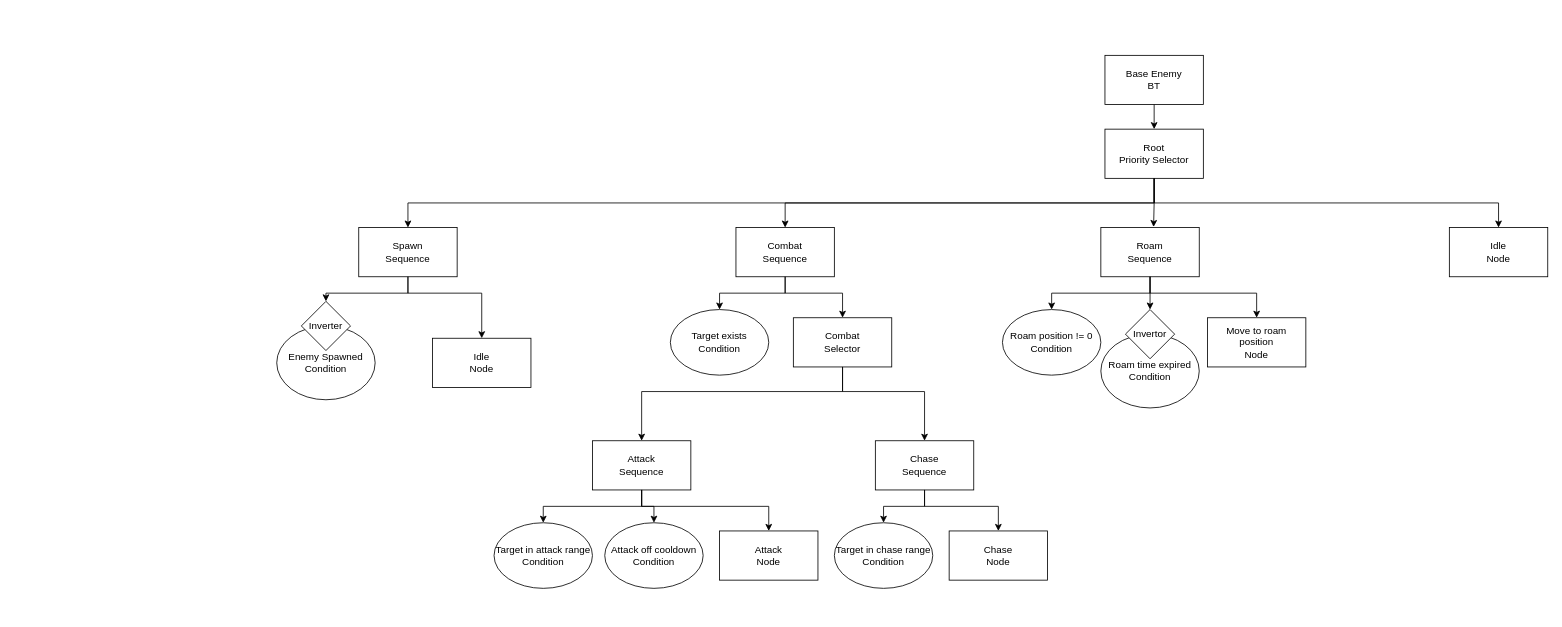
This is Assets/XML BTs/Base Enemy BT.drawio from Youregonex/Procedural-Chunk-Generation, a draw.io file, before an edit. Source tidied: cells renumbered, new cells numbered last; positions are measured from the earlier drawing's top-left corner, leaving out a move shared by most shapes. Both pictures are drawn from the tidied source at 82%, with x=0, y=0 at pixel (276, 55).
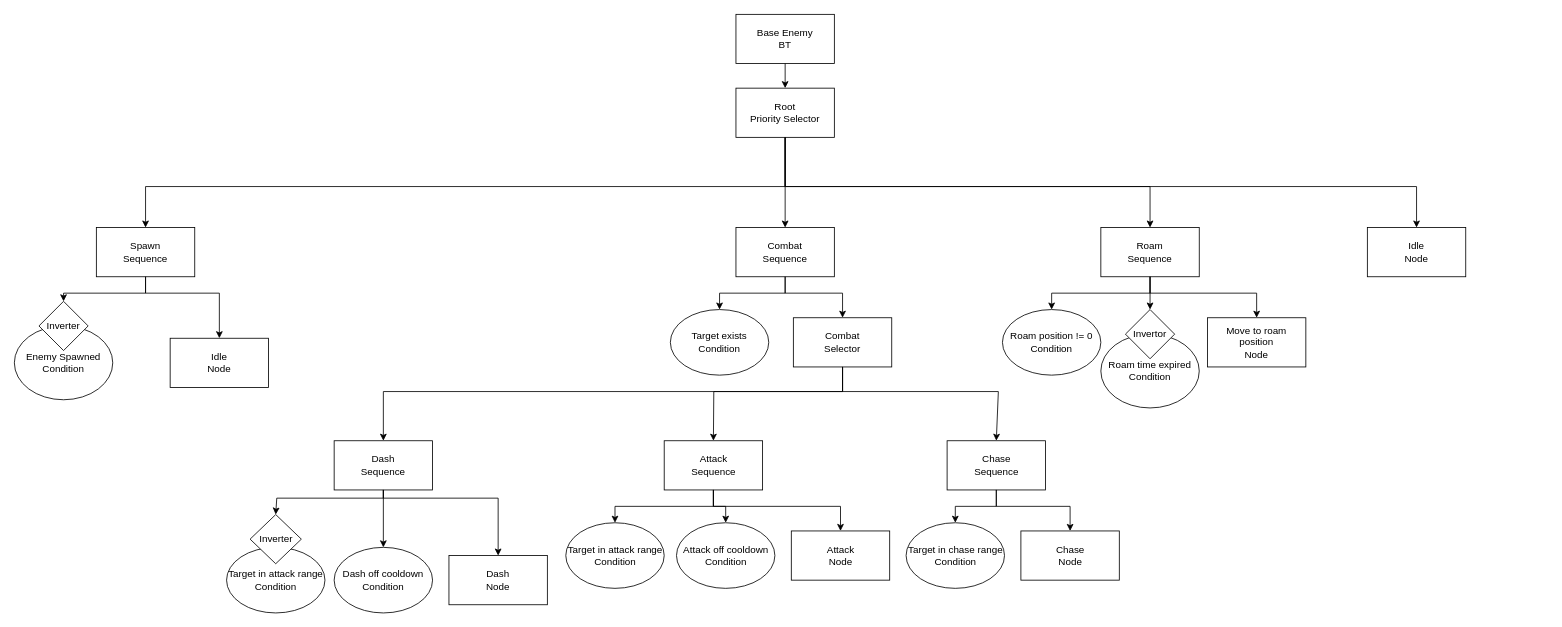
The same page after the edit.

Unchanged cells that the change refers to:
```xml
<mxCell id="3" value="Roam&lt;div&gt;Sequence&lt;/div&gt;" style="rounded=0;whiteSpace=wrap;html=1;" parent="1" vertex="1">
  <mxGeometry x="1005" y="210" width="120" height="60" as="geometry" />
</mxCell>
<mxCell id="15" value="Combat&lt;div&gt;Selector&lt;/div&gt;" style="rounded=0;whiteSpace=wrap;html=1;" parent="1" vertex="1">
  <mxGeometry x="630" y="320" width="120" height="60" as="geometry" />
</mxCell>
<mxCell id="28" value="Combat&lt;div&gt;Sequence&lt;/div&gt;" style="rounded=0;whiteSpace=wrap;html=1;" parent="1" vertex="1">
  <mxGeometry x="560" y="210" width="120" height="60" as="geometry" />
</mxCell>
```

What changed in the source:
```diff
@@
     <mxCell id="2" value="Root&lt;div&gt;Priority Selector&lt;/div&gt;" style="rounded=0;whiteSpace=wrap;html=1;" parent="1" vertex="1">
-      <mxGeometry x="1010" y="90" width="120" height="60" as="geometry" />
+      <mxGeometry x="560" y="40" width="120" height="60" as="geometry" />
     </mxCell>
@@
     <mxCell id="8" value="Base Enemy&lt;div&gt;BT&lt;/div&gt;" style="rounded=0;whiteSpace=wrap;html=1;" parent="1" vertex="1">
-      <mxGeometry x="1010" width="120" height="60" as="geometry" />
+      <mxGeometry x="560" y="-50" width="120" height="60" as="geometry" />
     </mxCell>
@@
     <mxCell id="10" value="&lt;div&gt;Idle&lt;/div&gt;&lt;div&gt;Node&lt;/div&gt;" style="rounded=0;whiteSpace=wrap;html=1;" parent="1" vertex="1">
-      <mxGeometry x="1430" y="210" width="120" height="60" as="geometry" />
+      <mxGeometry x="1330" y="210" width="120" height="60" as="geometry" />
     </mxCell>
-    <mxCell id="11" style="endArrow=classic;html=1;rounded=0;entryX=0.5;entryY=0;entryDx=0;entryDy=0;" parent="1" edge="1" target="10">
-      <mxGeometry relative="1" as="geometry">
-        <mxPoint x="1070" y="150" as="sourcePoint" />
-        <Array as="points">
-          <mxPoint x="1070" y="180" />
-          <mxPoint x="1490" y="180" />
-        </Array>
-      </mxGeometry>
-    </mxCell>
@@
     <mxCell id="16" value="Attack&lt;div&gt;Sequence&lt;/div&gt;" style="rounded=0;whiteSpace=wrap;html=1;" parent="1" vertex="1">
-      <mxGeometry x="385" y="470" width="120" height="60" as="geometry" />
+      <mxGeometry x="472.5" y="470" width="120" height="60" as="geometry" />
     </mxCell>
     <mxCell id="17" value="Target in attack range&lt;div&gt;Condition&lt;/div&gt;" style="ellipse;whiteSpace=wrap;html=1;" parent="1" vertex="1">
-      <mxGeometry x="265" y="570" width="120" height="80" as="geometry" />
+      <mxGeometry x="352.5" y="570" width="120" height="80" as="geometry" />
     </mxCell>
     <mxCell id="18" style="endArrow=classic;html=1;rounded=0;entryX=0.5;entryY=0;entryDx=0;entryDy=0;exitX=0.5;exitY=1;exitDx=0;exitDy=0;" parent="1" edge="1" source="16" target="17">
       <mxGeometry relative="1" as="geometry">
         <Array as="points">
-          <mxPoint x="445" y="550" />
-          <mxPoint x="325" y="550" />
+          <mxPoint x="532.5" y="550" />
+          <mxPoint x="412.5" y="550" />
         </Array>
       </mxGeometry>
     </mxCell>
     <mxCell id="19" value="Attack off cooldown&lt;div&gt;Condition&lt;/div&gt;" style="ellipse;whiteSpace=wrap;html=1;" parent="1" vertex="1">
-      <mxGeometry x="400" y="570" width="120" height="80" as="geometry" />
+      <mxGeometry x="487.5" y="570" width="120" height="80" as="geometry" />
     </mxCell>
     <mxCell id="20" style="endArrow=classic;html=1;rounded=0;entryX=0.5;entryY=0;entryDx=0;entryDy=0;" parent="1" edge="1" target="19">
       <mxGeometry relative="1" as="geometry">
-        <mxPoint x="445" y="530" as="sourcePoint" />
+        <mxPoint x="532.5" y="530" as="sourcePoint" />
         <Array as="points">
-          <mxPoint x="445" y="550" />
-          <mxPoint x="460" y="550" />
+          <mxPoint x="532.5" y="550" />
+          <mxPoint x="547.5" y="550" />
         </Array>
       </mxGeometry>
     </mxCell>
     <mxCell id="21" value="Attack&lt;div&gt;Node&lt;/div&gt;" style="rounded=0;whiteSpace=wrap;html=1;" parent="1" vertex="1">
-      <mxGeometry x="540" y="580" width="120" height="60" as="geometry" />
+      <mxGeometry x="627.5" y="580" width="120" height="60" as="geometry" />
     </mxCell>
     <mxCell id="22" style="endArrow=classic;html=1;rounded=0;exitX=0.5;exitY=1;exitDx=0;exitDy=0;entryX=0.5;entryY=0;entryDx=0;entryDy=0;" parent="1" edge="1" source="16" target="21">
       <mxGeometry relative="1" as="geometry">
         <Array as="points">
-          <mxPoint x="445" y="550" />
-          <mxPoint x="600" y="550" />
+          <mxPoint x="532.5" y="550" />
+          <mxPoint x="687.5" y="550" />
         </Array>
       </mxGeometry>
     </mxCell>
     <mxCell id="23" value="Chase&lt;div&gt;Sequence&lt;/div&gt;" style="rounded=0;whiteSpace=wrap;html=1;" parent="1" vertex="1">
-      <mxGeometry x="730" y="470" width="120" height="60" as="geometry" />
+      <mxGeometry x="817.5" y="470" width="120" height="60" as="geometry" />
     </mxCell>
     <mxCell id="24" value="Target in chase range&lt;div&gt;Condition&lt;/div&gt;" style="ellipse;whiteSpace=wrap;html=1;" parent="1" vertex="1">
-      <mxGeometry x="680" y="570" width="120" height="80" as="geometry" />
+      <mxGeometry x="767.5" y="570" width="120" height="80" as="geometry" />
     </mxCell>
     <mxCell id="25" value="Chase&lt;div&gt;Node&lt;/div&gt;" style="rounded=0;whiteSpace=wrap;html=1;" parent="1" vertex="1">
-      <mxGeometry x="820" y="580" width="120" height="60" as="geometry" />
+      <mxGeometry x="907.5" y="580" width="120" height="60" as="geometry" />
     </mxCell>
     <mxCell id="26" style="endArrow=classic;html=1;rounded=0;exitX=0.5;exitY=1;exitDx=0;exitDy=0;entryX=0.5;entryY=0;entryDx=0;entryDy=0;" parent="1" edge="1" source="23" target="24">
       <mxGeometry relative="1" as="geometry">
         <Array as="points">
-          <mxPoint x="790" y="550" />
-          <mxPoint x="740" y="550" />
+          <mxPoint x="877.5" y="550" />
+          <mxPoint x="827.5" y="550" />
         </Array>
       </mxGeometry>
     </mxCell>
     <mxCell id="27" style="endArrow=classic;html=1;rounded=0;exitX=0.5;exitY=1;exitDx=0;exitDy=0;entryX=0.5;entryY=0;entryDx=0;entryDy=0;" parent="1" edge="1" source="23" target="25">
       <mxGeometry relative="1" as="geometry">
         <Array as="points">
-          <mxPoint x="790" y="550" />
-          <mxPoint x="880" y="550" />
+          <mxPoint x="877.5" y="550" />
+          <mxPoint x="967.5" y="550" />
         </Array>
       </mxGeometry>
     </mxCell>
@@
     <mxCell id="32" style="endArrow=classic;html=1;rounded=0;exitX=0.5;exitY=1;exitDx=0;exitDy=0;entryX=0.5;entryY=0;entryDx=0;entryDy=0;" parent="1" edge="1" source="15" target="16">
       <mxGeometry relative="1" as="geometry">
         <Array as="points">
           <mxPoint x="690" y="410" />
-          <mxPoint x="445" y="410" />
+          <mxPoint x="533" y="410" />
         </Array>
       </mxGeometry>
     </mxCell>
     <mxCell id="33" style="endArrow=classic;html=1;rounded=0;exitX=0.5;exitY=1;exitDx=0;exitDy=0;entryX=0.5;entryY=0;entryDx=0;entryDy=0;" parent="1" edge="1" source="15" target="23">
       <mxGeometry relative="1" as="geometry">
         <Array as="points">
           <mxPoint x="690" y="410" />
-          <mxPoint x="790" y="410" />
+          <mxPoint x="880" y="410" />
         </Array>
       </mxGeometry>
     </mxCell>
-    <mxCell id="34" style="endArrow=classic;html=1;rounded=0;exitX=0.5;exitY=1;exitDx=0;exitDy=0;entryX=0.5;entryY=0;entryDx=0;entryDy=0;" parent="1" edge="1" source="2" target="28">
-      <mxGeometry relative="1" as="geometry">
-        <Array as="points">
-          <mxPoint x="1070" y="180" />
-          <mxPoint x="620" y="180" />
-        </Array>
-      </mxGeometry>
-    </mxCell>
-    <mxCell id="35" style="endArrow=classic;html=1;rounded=0;exitX=0.5;exitY=1;exitDx=0;exitDy=0;entryX=0.536;entryY=-0.012;entryDx=0;entryDy=0;entryPerimeter=0;" parent="1" edge="1" source="2" target="3">
-      <mxGeometry relative="1" as="geometry">
-        <Array as="points">
-          <mxPoint x="1070" y="180" />
-        </Array>
-      </mxGeometry>
-    </mxCell>
     <mxCell id="36" value="Spawn&lt;div&gt;Sequence&lt;/div&gt;" style="rounded=0;whiteSpace=wrap;html=1;" parent="1" vertex="1">
-      <mxGeometry x="100" y="210" width="120" height="60" as="geometry" />
+      <mxGeometry x="-220" y="210" width="120" height="60" as="geometry" />
     </mxCell>
     <mxCell id="37" value="&lt;div&gt;&lt;span style=&quot;background-color: initial;&quot;&gt;Enemy Spawned&lt;/span&gt;&lt;/div&gt;&lt;div&gt;&lt;span style=&quot;background-color: initial;&quot;&gt;Condition&lt;/span&gt;&lt;br&gt;&lt;/div&gt;" style="ellipse;whiteSpace=wrap;html=1;" parent="1" vertex="1">
-      <mxGeometry y="330" width="120" height="90" as="geometry" />
+      <mxGeometry x="-320" y="330" width="120" height="90" as="geometry" />
     </mxCell>
     <mxCell id="38" value="Inverter" style="rhombus;whiteSpace=wrap;html=1;" parent="1" vertex="1">
-      <mxGeometry x="30" y="300" width="60" height="60" as="geometry" />
+      <mxGeometry x="-290" y="300" width="60" height="60" as="geometry" />
     </mxCell>
     <mxCell id="39" value="&lt;div&gt;Idle&lt;/div&gt;&lt;div&gt;Node&lt;/div&gt;" style="rounded=0;whiteSpace=wrap;html=1;" parent="1" vertex="1">
-      <mxGeometry x="190" y="345" width="120" height="60" as="geometry" />
+      <mxGeometry x="-130" y="345" width="120" height="60" as="geometry" />
     </mxCell>
     <mxCell id="40" style="endArrow=classic;html=1;rounded=0;exitX=0.5;exitY=1;exitDx=0;exitDy=0;entryX=0.5;entryY=0;entryDx=0;entryDy=0;" parent="1" edge="1" source="36" target="38">
       <mxGeometry relative="1" as="geometry">
         <Array as="points">
-          <mxPoint x="160" y="290" />
-          <mxPoint x="60" y="290" />
+          <mxPoint x="-160" y="290" />
+          <mxPoint x="-260" y="290" />
         </Array>
       </mxGeometry>
     </mxCell>
     <mxCell id="41" style="endArrow=classic;html=1;rounded=0;exitX=0.5;exitY=1;exitDx=0;exitDy=0;entryX=0.5;entryY=0;entryDx=0;entryDy=0;" parent="1" edge="1" source="36" target="39">
       <mxGeometry relative="1" as="geometry">
         <Array as="points">
-          <mxPoint x="160" y="290" />
-          <mxPoint x="250" y="290" />
+          <mxPoint x="-160" y="290" />
+          <mxPoint x="-70" y="290" />
         </Array>
       </mxGeometry>
     </mxCell>
+    <mxCell id="43" value="Dash&lt;div&gt;Sequence&lt;/div&gt;" style="rounded=0;whiteSpace=wrap;html=1;" parent="1" vertex="1">
+      <mxGeometry x="70" y="470" width="120" height="60" as="geometry" />
+    </mxCell>
+    <mxCell id="44" value="Target in attack range&lt;div&gt;Condition&lt;/div&gt;" style="ellipse;whiteSpace=wrap;html=1;" parent="1" vertex="1">
+      <mxGeometry x="-61.2" y="600" width="120" height="80" as="geometry" />
+    </mxCell>
+    <mxCell id="45" value="Inverter" style="rhombus;whiteSpace=wrap;html=1;" parent="1" vertex="1">
+      <mxGeometry x="-32.5" y="560" width="62.5" height="60" as="geometry" />
+    </mxCell>
+    <mxCell id="46" value="Dash&lt;div&gt;Node&lt;/div&gt;" style="rounded=0;whiteSpace=wrap;html=1;" parent="1" vertex="1">
+      <mxGeometry x="210" y="610" width="120" height="60" as="geometry" />
+    </mxCell>
+    <mxCell id="47" value="&lt;div&gt;Dash off cooldown&lt;/div&gt;&lt;div&gt;Condition&lt;/div&gt;" style="ellipse;whiteSpace=wrap;html=1;" parent="1" vertex="1">
+      <mxGeometry x="70" y="600" width="120" height="80" as="geometry" />
+    </mxCell>
+    <mxCell id="48" style="endArrow=classic;html=1;rounded=0;exitX=0.5;exitY=1;exitDx=0;exitDy=0;entryX=0.5;entryY=0;entryDx=0;entryDy=0;" parent="1" edge="1" source="43" target="45">
+      <mxGeometry relative="1" as="geometry">
+        <Array as="points">
+          <mxPoint x="130" y="540" />
+          <mxPoint y="540" />
+        </Array>
+      </mxGeometry>
+    </mxCell>
+    <mxCell id="49" style="endArrow=classic;html=1;rounded=0;exitX=0.5;exitY=1;exitDx=0;exitDy=0;entryX=0.5;entryY=0;entryDx=0;entryDy=0;" parent="1" edge="1" source="43" target="47">
+      <mxGeometry relative="1" as="geometry" />
+    </mxCell>
+    <mxCell id="50" style="endArrow=classic;html=1;rounded=0;exitX=0.5;exitY=1;exitDx=0;exitDy=0;entryX=0.5;entryY=0;entryDx=0;entryDy=0;" parent="1" edge="1" source="43" target="46">
+      <mxGeometry relative="1" as="geometry">
+        <Array as="points">
+          <mxPoint x="130" y="540" />
+          <mxPoint x="270" y="540" />
+        </Array>
+      </mxGeometry>
+    </mxCell>
+    <mxCell id="51" style="endArrow=classic;html=1;rounded=0;exitX=0.5;exitY=1;exitDx=0;exitDy=0;entryX=0.5;entryY=0;entryDx=0;entryDy=0;" parent="1" edge="1" source="15" target="43">
+      <mxGeometry relative="1" as="geometry">
+        <Array as="points">
+          <mxPoint x="690" y="410" />
+          <mxPoint x="130" y="410" />
+        </Array>
+      </mxGeometry>
+    </mxCell>
     <mxCell id="42" style="endArrow=classic;html=1;rounded=0;exitX=0.5;exitY=1;exitDx=0;exitDy=0;entryX=0.5;entryY=0;entryDx=0;entryDy=0;" parent="1" edge="1" source="2" target="36">
       <mxGeometry relative="1" as="geometry">
         <Array as="points">
-          <mxPoint x="1070" y="180" />
-          <mxPoint x="160" y="180" />
+          <mxPoint x="620" y="160" />
+          <mxPoint x="-160" y="160" />
         </Array>
       </mxGeometry>
     </mxCell>
+    <mxCell id="34" style="endArrow=classic;html=1;rounded=0;exitX=0.5;exitY=1;exitDx=0;exitDy=0;entryX=0.5;entryY=0;entryDx=0;entryDy=0;" parent="1" edge="1" source="2" target="28">
+      <mxGeometry relative="1" as="geometry" />
+    </mxCell>
+    <mxCell id="35" style="endArrow=classic;html=1;rounded=0;exitX=0.5;exitY=1;exitDx=0;exitDy=0;entryX=0.5;entryY=0;entryDx=0;entryDy=0;" parent="1" edge="1" source="2" target="3">
+      <mxGeometry relative="1" as="geometry">
+        <Array as="points">
+          <mxPoint x="620" y="160" />
+          <mxPoint x="1065" y="160" />
+        </Array>
+      </mxGeometry>
+    </mxCell>
+    <mxCell id="52" style="endArrow=classic;html=1;rounded=0;exitX=0.5;exitY=1;exitDx=0;exitDy=0;entryX=0.5;entryY=0;entryDx=0;entryDy=0;" parent="1" edge="1" source="2" target="10">
+      <mxGeometry relative="1" as="geometry">
+        <Array as="points">
+          <mxPoint x="620" y="160" />
+          <mxPoint x="1390" y="160" />
+        </Array>
+      </mxGeometry>
+    </mxCell>
```
